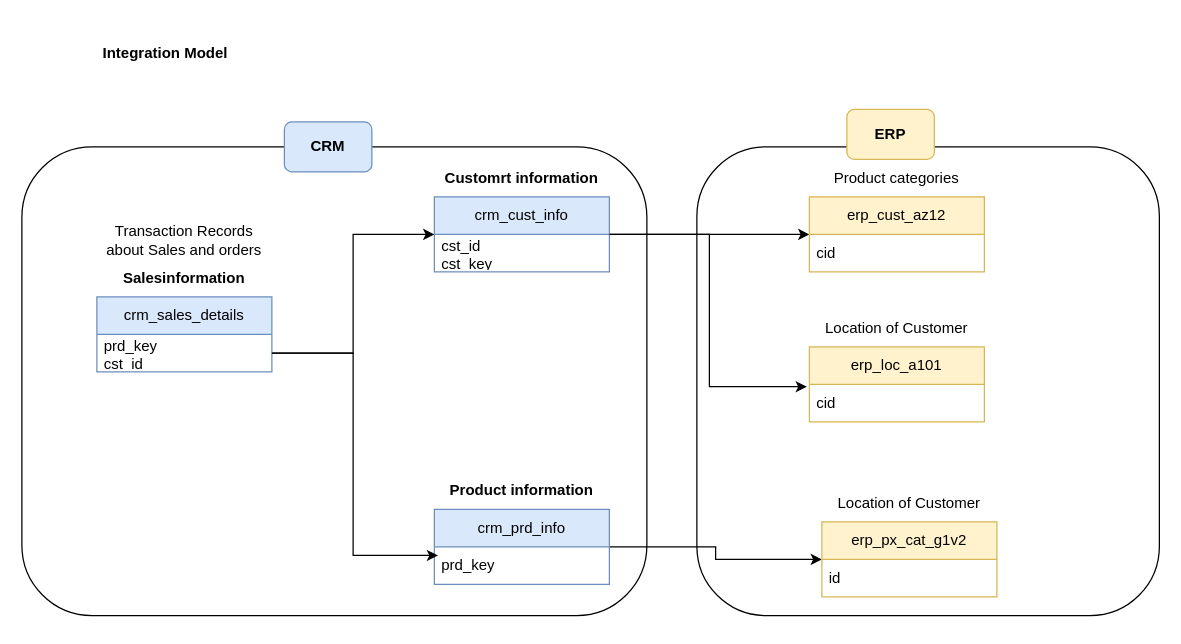
The draw.io diagram Data Architecure/Integration Model.drawio in abdelra-hman/SQL-Data-Warehouse-Project, before the edit. Source tidied: cells renumbered, new cells numbered last; positions are measured from the earlier drawing's top-left corner, leaving out a move shared by most shapes. Both pictures are drawn from the tidied source at 125%, with x=0, y=0 at pixel (21, 21).
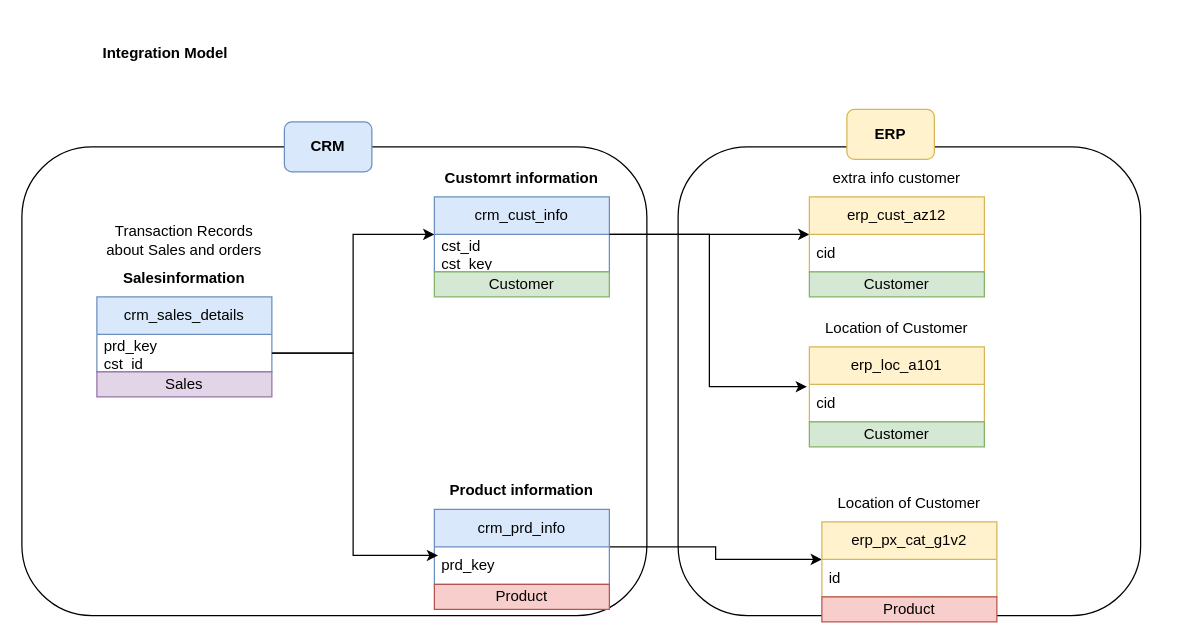
After the change.

The edit, as a diff of the source:
```diff
@@
-    <mxCell id="19" value="Product categories" style="text;html=1;whiteSpace=wrap;align=center;verticalAlign=middle;rounded=0;" parent="1" vertex="1">
+    <mxCell id="19" value="extra info customer" style="text;html=1;whiteSpace=wrap;align=center;verticalAlign=middle;rounded=0;" parent="1" vertex="1">
       <mxGeometry x="620" y="110" width="160" height="30" as="geometry" />
     </mxCell>
@@
     <mxCell id="29" style="rounded=1;whiteSpace=wrap;html=1;fillColor=none;" parent="1" vertex="1">
-      <mxGeometry x="540" y="100" width="370" height="375" as="geometry" />
+      <mxGeometry x="525" y="100" width="370" height="375" as="geometry" />
     </mxCell>
@@
+    <mxCell id="31" value="Product" style="text;html=1;whiteSpace=wrap;strokeColor=#b85450;fillColor=#f8cecc;align=center;verticalAlign=middle;rounded=0;" parent="1" vertex="1">
+      <mxGeometry x="330" y="450" width="140" height="20" as="geometry" />
+    </mxCell>
+    <mxCell id="32" value="Product" style="text;html=1;whiteSpace=wrap;strokeColor=#b85450;fillColor=#f8cecc;align=center;verticalAlign=middle;rounded=0;" parent="1" vertex="1">
+      <mxGeometry x="640" y="460" width="140" height="20" as="geometry" />
+    </mxCell>
+    <mxCell id="33" value="Customer" style="text;html=1;whiteSpace=wrap;strokeColor=#82b366;fillColor=#d5e8d4;align=center;verticalAlign=middle;rounded=0;" parent="1" vertex="1">
+      <mxGeometry x="330" y="200" width="140" height="20" as="geometry" />
+    </mxCell>
+    <mxCell id="34" value="Customer" style="text;html=1;whiteSpace=wrap;strokeColor=#82b366;fillColor=#d5e8d4;align=center;verticalAlign=middle;rounded=0;" parent="1" vertex="1">
+      <mxGeometry x="630" y="200" width="140" height="20" as="geometry" />
+    </mxCell>
+    <mxCell id="35" value="Customer" style="text;html=1;whiteSpace=wrap;strokeColor=#82b366;fillColor=#d5e8d4;align=center;verticalAlign=middle;rounded=0;" parent="1" vertex="1">
+      <mxGeometry x="630" y="320" width="140" height="20" as="geometry" />
+    </mxCell>
+    <mxCell id="36" value="Sales" style="text;html=1;whiteSpace=wrap;strokeColor=#9673a6;fillColor=#e1d5e7;align=center;verticalAlign=middle;rounded=0;" parent="1" vertex="1">
+      <mxGeometry x="60" y="280" width="140" height="20" as="geometry" />
+    </mxCell>
```
